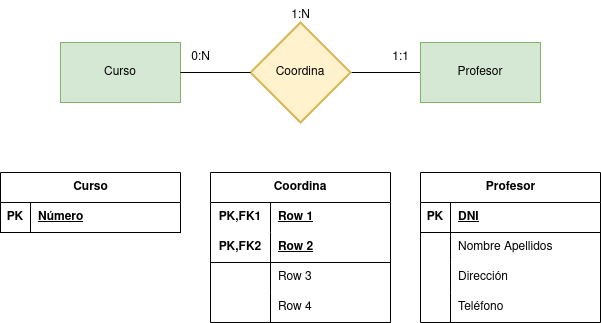
GermanOjeda/base-datos keeps this draw.io diagram as tareas 1/Ejercicio calificable docente (MR-2).drawio.png. Above is the earlier version. Source tidied: cells renumbered, new cells last; positions are measured from the earlier drawing's top-left corner, leaving out a move shared by most shapes.
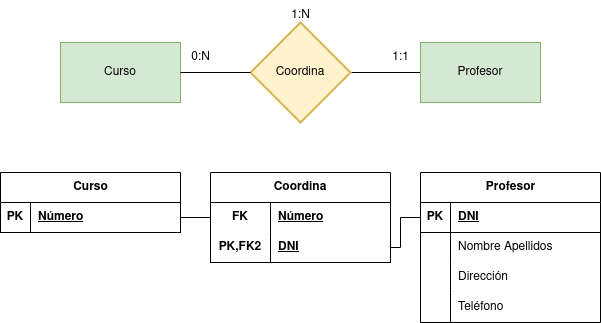
Later version of the same file.

What changed in the source:
```diff
@@ -78,15 +78,15 @@
       <mxGeometry x="30" width="150" height="30" as="geometry" />
     </mxCell>
     <mxCell id="27" value="Coordina" style="shape=table;startSize=30;rowLines=0;fontStyle=1;align=center;html=1;whiteSpace=wrap;" parent="1" vertex="1">
-      <mxGeometry x="210" y="172" width="180" height="150" as="geometry" />
+      <mxGeometry x="210" y="172" width="180" height="90" as="geometry" />
     </mxCell>
     <mxCell id="28" style="shape=tableRow;horizontal=0;startSize=0;swimlaneHead=0;swimlaneBody=0;fillColor=none;points=[[0,0.5],[1,0.5]];portConstraint=eastwest;top=0;left=0;right=0;bottom=0;html=1;" parent="27" vertex="1">
       <mxGeometry y="30" width="180" height="30" as="geometry" />
     </mxCell>
-    <mxCell id="29" value="PK,FK1" style="shape=partialRectangle;fillColor=none;top=0;left=0;bottom=0;right=0;fontStyle=1;overflow=hidden;html=1;whiteSpace=wrap;" parent="28" vertex="1">
+    <mxCell id="29" value="FK" style="shape=partialRectangle;fillColor=none;top=0;left=0;bottom=0;right=0;fontStyle=1;overflow=hidden;html=1;whiteSpace=wrap;" parent="28" vertex="1">
       <mxGeometry width="60" height="30" as="geometry" />
     </mxCell>
-    <mxCell id="30" value="Row 1" style="shape=partialRectangle;fillColor=none;top=0;left=0;bottom=0;right=0;align=left;spacingLeft=6;fontStyle=5;overflow=hidden;html=1;whiteSpace=wrap;" parent="28" vertex="1">
+    <mxCell id="30" value="Número" style="shape=partialRectangle;fillColor=none;top=0;left=0;bottom=0;right=0;align=left;spacingLeft=6;fontStyle=5;overflow=hidden;html=1;whiteSpace=wrap;" parent="28" vertex="1">
       <mxGeometry x="60" width="120" height="30" as="geometry" />
     </mxCell>
     <mxCell id="31" style="shape=tableRow;horizontal=0;startSize=0;swimlaneHead=0;swimlaneBody=0;fillColor=none;points=[[0,0.5],[1,0.5]];portConstraint=eastwest;top=0;left=0;right=0;bottom=1;html=1;" parent="27" vertex="1">
@@ -95,26 +95,14 @@
     <mxCell id="32" value="PK,FK2" style="shape=partialRectangle;fillColor=none;top=0;left=0;bottom=0;right=0;fontStyle=1;overflow=hidden;html=1;whiteSpace=wrap;" parent="31" vertex="1">
       <mxGeometry width="60" height="30" as="geometry" />
     </mxCell>
-    <mxCell id="33" value="Row 2" style="shape=partialRectangle;fillColor=none;top=0;left=0;bottom=0;right=0;align=left;spacingLeft=6;fontStyle=5;overflow=hidden;html=1;whiteSpace=wrap;" parent="31" vertex="1">
+    <mxCell id="33" value="DNI" style="shape=partialRectangle;fillColor=none;top=0;left=0;bottom=0;right=0;align=left;spacingLeft=6;fontStyle=5;overflow=hidden;html=1;whiteSpace=wrap;" parent="31" vertex="1">
       <mxGeometry x="60" width="120" height="30" as="geometry" />
     </mxCell>
-    <mxCell id="34" style="shape=tableRow;horizontal=0;startSize=0;swimlaneHead=0;swimlaneBody=0;fillColor=none;top=0;left=0;right=0;bottom=0;html=1;" parent="27" vertex="1">
-      <mxGeometry y="90" width="180" height="30" as="geometry" />
-    </mxCell>
-    <mxCell id="35" style="shape=partialRectangle;fillColor=none;top=0;left=0;bottom=0;right=0;overflow=hidden;html=1;whiteSpace=wrap;" parent="34" vertex="1">
-      <mxGeometry width="60" height="30" as="geometry" />
-    </mxCell>
-    <mxCell id="36" value="Row 3" style="shape=partialRectangle;fillColor=none;top=0;left=0;bottom=0;right=0;align=left;spacingLeft=6;overflow=hidden;html=1;whiteSpace=wrap;" parent="34" vertex="1">
-      <mxGeometry x="60" width="120" height="30" as="geometry" />
-    </mxCell>
-    <mxCell id="37" style="shape=tableRow;horizontal=0;startSize=0;swimlaneHead=0;swimlaneBody=0;fillColor=none;top=0;left=0;right=0;bottom=0;html=1;" parent="27" vertex="1">
-      <mxGeometry y="120" width="180" height="30" as="geometry" />
-    </mxCell>
-    <mxCell id="38" style="shape=partialRectangle;fillColor=none;top=0;left=0;bottom=0;right=0;overflow=hidden;html=1;whiteSpace=wrap;" parent="37" vertex="1">
-      <mxGeometry width="60" height="30" as="geometry" />
-    </mxCell>
-    <mxCell id="39" value="Row 4" style="shape=partialRectangle;fillColor=none;top=0;left=0;bottom=0;right=0;align=left;spacingLeft=6;overflow=hidden;html=1;whiteSpace=wrap;" parent="37" vertex="1">
-      <mxGeometry x="60" width="120" height="30" as="geometry" />
-    </mxCell>
+    <mxCell id="40" style="edgeStyle=orthogonalEdgeStyle;rounded=0;jettySize=auto;html=1;exitX=1;exitY=0.5;exitDx=0;exitDy=0;entryX=0;entryY=0.5;entryDx=0;entryDy=0;endArrow=none;endFill=0;" parent="1" edge="1" source="11" target="28">
+      <mxGeometry relative="1" as="geometry" />
+    </mxCell>
+    <mxCell id="41" style="edgeStyle=orthogonalEdgeStyle;rounded=0;jettySize=auto;html=1;exitX=0;exitY=0.5;exitDx=0;exitDy=0;entryX=1;entryY=0.5;entryDx=0;entryDy=0;endArrow=none;endFill=0;" parent="1" edge="1" source="15" target="31">
+      <mxGeometry relative="1" as="geometry" />
+    </mxCell>
   </root>
 </mxGraphModel>
```
